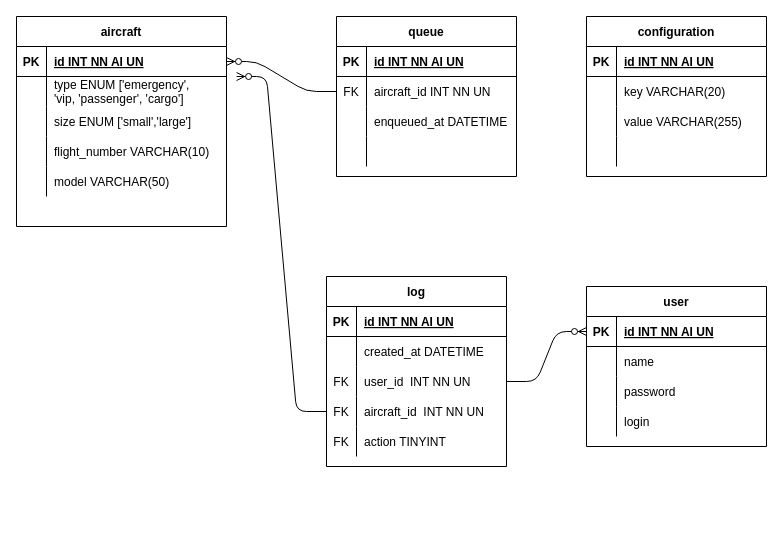
This is documents/er-diagram.drawio from julianobressan/atcm, a draw.io file, before an edit. Source tidied: cells renumbered, new cells numbered last; positions are measured from the earlier drawing's top-left corner, leaving out a move shared by most shapes. Both pictures are drawn from the tidied source at 100%, with x=0, y=0 at pixel (16, 16).
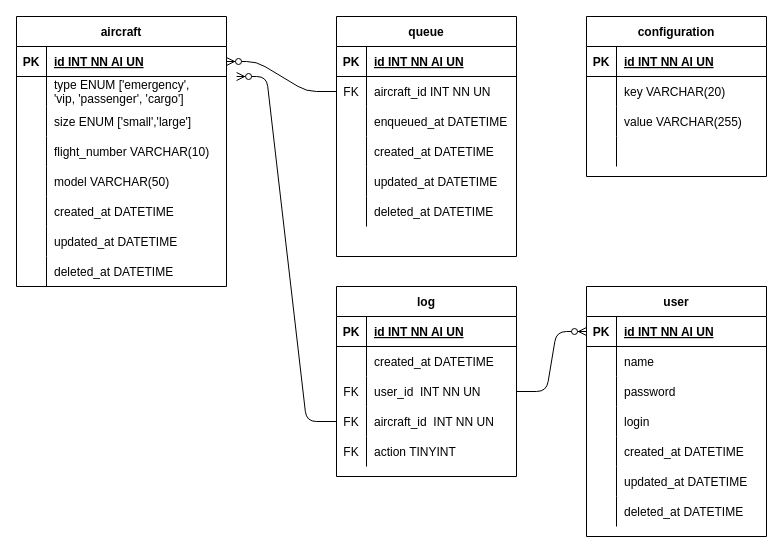
Above is the later version.

The change refers to these unchanged cells:
```xml
<mxCell id="41" style="shape=partialRectangle;fillColor=none;top=0;left=0;bottom=0;right=0;" parent="31" vertex="1">
  <mxGeometry y="120" width="180" height="30" as="geometry" />
</mxCell>
```

Diff of the diagram source:
```diff
@@
     <mxCell id="2" value="aircraft" style="shape=table;startSize=30;childLayout=tableLayout;rowLines=0;fontStyle=1;align=center;" parent="1" vertex="1">
-      <mxGeometry width="210" height="210" as="geometry" />
+      <mxGeometry width="210" height="270" as="geometry" />
     </mxCell>
@@
+    <mxCell id="76" style="shape=partialRectangle;fillColor=none;top=0;left=0;bottom=0;right=0;" parent="2" vertex="1">
+      <mxGeometry y="180" width="210" height="30" as="geometry" />
+    </mxCell>
+    <mxCell id="77" style="shape=partialRectangle;fillColor=none;top=0;left=0;bottom=0;right=0;overflow=hidden;" parent="76" vertex="1">
+      <mxGeometry width="30" height="30" as="geometry" />
+    </mxCell>
+    <mxCell id="78" value="created_at DATETIME" style="shape=partialRectangle;fillColor=none;top=0;left=0;bottom=0;right=0;align=left;spacingLeft=6;overflow=hidden;" parent="76" vertex="1">
+      <mxGeometry x="30" width="180" height="30" as="geometry" />
+    </mxCell>
+    <mxCell id="79" style="shape=partialRectangle;fillColor=none;top=0;left=0;bottom=0;right=0;" parent="2" vertex="1">
+      <mxGeometry y="210" width="210" height="30" as="geometry" />
+    </mxCell>
+    <mxCell id="80" style="shape=partialRectangle;fillColor=none;top=0;left=0;bottom=0;right=0;overflow=hidden;" parent="79" vertex="1">
+      <mxGeometry width="30" height="30" as="geometry" />
+    </mxCell>
+    <mxCell id="81" value="updated_at DATETIME" style="shape=partialRectangle;fillColor=none;top=0;left=0;bottom=0;right=0;align=left;spacingLeft=6;overflow=hidden;" parent="79" vertex="1">
+      <mxGeometry x="30" width="180" height="30" as="geometry" />
+    </mxCell>
+    <mxCell id="82" style="shape=partialRectangle;fillColor=none;top=0;left=0;bottom=0;right=0;" parent="2" vertex="1">
+      <mxGeometry y="240" width="210" height="30" as="geometry" />
+    </mxCell>
+    <mxCell id="83" style="shape=partialRectangle;fillColor=none;top=0;left=0;bottom=0;right=0;overflow=hidden;" parent="82" vertex="1">
+      <mxGeometry width="30" height="30" as="geometry" />
+    </mxCell>
+    <mxCell id="84" value="deleted_at DATETIME" style="shape=partialRectangle;fillColor=none;top=0;left=0;bottom=0;right=0;align=left;spacingLeft=6;overflow=hidden;" parent="82" vertex="1">
+      <mxGeometry x="30" width="180" height="30" as="geometry" />
+    </mxCell>
@@
     <mxCell id="31" value="queue" style="shape=table;startSize=30;childLayout=tableLayout;rowLines=0;fontStyle=1;align=center;" parent="1" vertex="1">
-      <mxGeometry x="320" width="180" height="160" as="geometry" />
+      <mxGeometry x="320" width="180" height="240" as="geometry" />
     </mxCell>
@@
-    <mxCell id="43" style="shape=partialRectangle;fillColor=none;top=0;left=0;bottom=0;right=0;align=left;spacingLeft=6;overflow=hidden;" parent="41" vertex="1">
+    <mxCell id="43" value="created_at DATETIME" style="shape=partialRectangle;fillColor=none;top=0;left=0;bottom=0;right=0;align=left;spacingLeft=6;overflow=hidden;" parent="41" vertex="1">
       <mxGeometry x="30" width="150" height="30" as="geometry" />
     </mxCell>
+    <mxCell id="85" style="shape=partialRectangle;fillColor=none;top=0;left=0;bottom=0;right=0;" parent="31" vertex="1">
+      <mxGeometry y="150" width="180" height="30" as="geometry" />
+    </mxCell>
+    <mxCell id="86" style="shape=partialRectangle;fillColor=none;top=0;left=0;bottom=0;right=0;overflow=hidden;" parent="85" vertex="1">
+      <mxGeometry width="30" height="30" as="geometry" />
+    </mxCell>
+    <mxCell id="87" value="updated_at DATETIME" style="shape=partialRectangle;fillColor=none;top=0;left=0;bottom=0;right=0;align=left;spacingLeft=6;overflow=hidden;" parent="85" vertex="1">
+      <mxGeometry x="30" width="150" height="30" as="geometry" />
+    </mxCell>
+    <mxCell id="88" style="shape=partialRectangle;fillColor=none;top=0;left=0;bottom=0;right=0;" parent="31" vertex="1">
+      <mxGeometry y="180" width="180" height="30" as="geometry" />
+    </mxCell>
+    <mxCell id="89" style="shape=partialRectangle;fillColor=none;top=0;left=0;bottom=0;right=0;overflow=hidden;" parent="88" vertex="1">
+      <mxGeometry width="30" height="30" as="geometry" />
+    </mxCell>
+    <mxCell id="90" value="deleted_at DATETIME" style="shape=partialRectangle;fillColor=none;top=0;left=0;bottom=0;right=0;align=left;spacingLeft=6;overflow=hidden;" parent="88" vertex="1">
+      <mxGeometry x="30" width="150" height="30" as="geometry" />
+    </mxCell>
     <mxCell id="44" value="log" style="shape=table;startSize=30;childLayout=tableLayout;rowLines=0;fontStyle=1;align=center;" parent="1" vertex="1">
-      <mxGeometry x="310" y="260" width="180" height="190" as="geometry" />
+      <mxGeometry x="320" y="270" width="180" height="190" as="geometry" />
     </mxCell>
@@
     <mxCell id="60" value="user" style="shape=table;startSize=30;childLayout=tableLayout;rowLines=0;fontStyle=1;align=center;" parent="1" vertex="1">
-      <mxGeometry x="570" y="270" width="180" height="160" as="geometry" />
+      <mxGeometry x="570" y="270" width="180" height="250" as="geometry" />
     </mxCell>
@@
+    <mxCell id="91" style="shape=partialRectangle;fillColor=none;top=0;left=0;bottom=0;right=0;" parent="60" vertex="1">
+      <mxGeometry y="150" width="180" height="30" as="geometry" />
+    </mxCell>
+    <mxCell id="92" style="shape=partialRectangle;fillColor=none;top=0;left=0;bottom=0;right=0;overflow=hidden;" parent="91" vertex="1">
+      <mxGeometry width="30" height="30" as="geometry" />
+    </mxCell>
+    <mxCell id="93" value="created_at DATETIME" style="shape=partialRectangle;fillColor=none;top=0;left=0;bottom=0;right=0;align=left;spacingLeft=6;overflow=hidden;" parent="91" vertex="1">
+      <mxGeometry x="30" width="150" height="30" as="geometry" />
+    </mxCell>
+    <mxCell id="94" style="shape=partialRectangle;fillColor=none;top=0;left=0;bottom=0;right=0;" parent="60" vertex="1">
+      <mxGeometry y="180" width="180" height="30" as="geometry" />
+    </mxCell>
+    <mxCell id="95" style="shape=partialRectangle;fillColor=none;top=0;left=0;bottom=0;right=0;overflow=hidden;" parent="94" vertex="1">
+      <mxGeometry width="30" height="30" as="geometry" />
+    </mxCell>
+    <mxCell id="96" value="updated_at DATETIME" style="shape=partialRectangle;fillColor=none;top=0;left=0;bottom=0;right=0;align=left;spacingLeft=6;overflow=hidden;" parent="94" vertex="1">
+      <mxGeometry x="30" width="150" height="30" as="geometry" />
+    </mxCell>
+    <mxCell id="97" style="shape=partialRectangle;fillColor=none;top=0;left=0;bottom=0;right=0;" parent="60" vertex="1">
+      <mxGeometry y="210" width="180" height="30" as="geometry" />
+    </mxCell>
+    <mxCell id="98" style="shape=partialRectangle;fillColor=none;top=0;left=0;bottom=0;right=0;overflow=hidden;" parent="97" vertex="1">
+      <mxGeometry width="30" height="30" as="geometry" />
+    </mxCell>
+    <mxCell id="99" value="deleted_at DATETIME" style="shape=partialRectangle;fillColor=none;top=0;left=0;bottom=0;right=0;align=left;spacingLeft=6;overflow=hidden;" parent="97" vertex="1">
+      <mxGeometry x="30" width="150" height="30" as="geometry" />
+    </mxCell>
```
